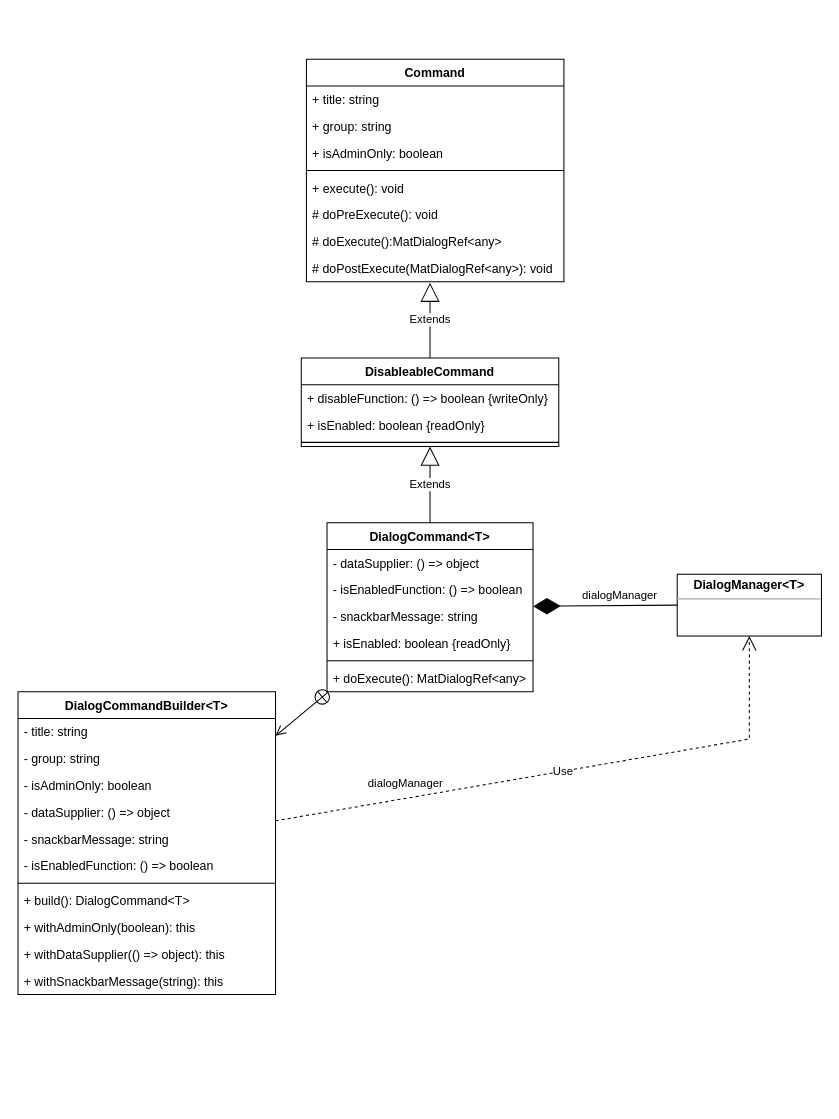
Earlier version of the draw.io diagram page "Command" (3 of 4) of design/MentorSuccess UI.drawio (aiontechnology/mentoring-ui). Source tidied: cells renumbered, new cells numbered last; positions are measured from the earlier drawing's top-left corner, leaving out a move shared by most shapes. Both pictures are drawn from the tidied source at 103%, with x=0, y=0 at pixel (18, 59).
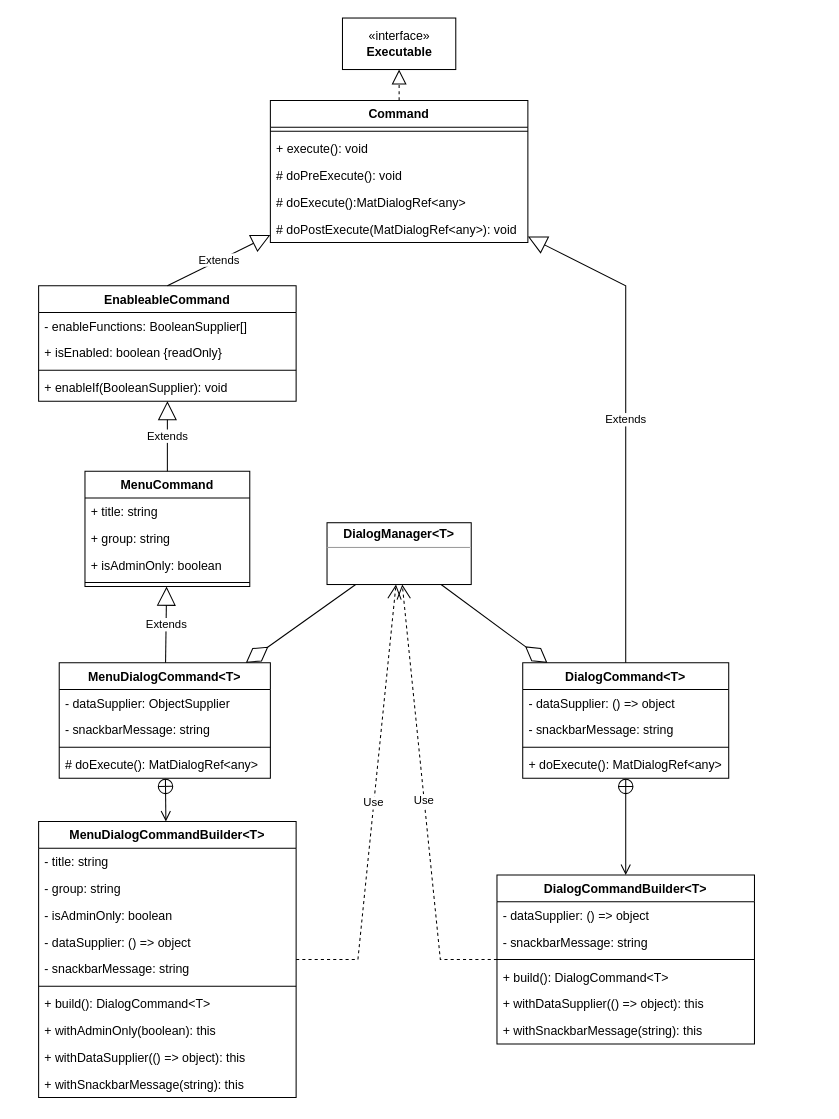
After the change.

Diff of the diagram source:
```diff
@@
     <mxCell id="2" value="Command" style="swimlane;fontStyle=1;align=center;verticalAlign=top;horizontal=1;startSize=26;" parent="1" vertex="1">
-      <mxGeometry x="280" width="250" height="216" as="geometry" />
+      <mxGeometry x="245" y="40" width="250" height="138" as="geometry" />
     </mxCell>
-    <mxCell id="3" value="+ title: string" style="text;strokeColor=none;fillColor=none;align=left;verticalAlign=top;spacingLeft=4;spacingRight=4;overflow=hidden;" parent="2" vertex="1">
-      <mxGeometry y="26" width="250" height="26" as="geometry" />
-    </mxCell>
-    <mxCell id="4" value="+ group: string" style="text;strokeColor=none;fillColor=none;align=left;verticalAlign=top;spacingLeft=4;spacingRight=4;overflow=hidden;" parent="2" vertex="1">
-      <mxGeometry y="52" width="250" height="26" as="geometry" />
-    </mxCell>
-    <mxCell id="5" value="+ isAdminOnly: boolean" style="text;strokeColor=none;fillColor=none;align=left;verticalAlign=top;spacingLeft=4;spacingRight=4;overflow=hidden;" parent="2" vertex="1">
-      <mxGeometry y="78" width="250" height="26" as="geometry" />
-    </mxCell>
     <mxCell id="6" style="line;strokeWidth=1;fillColor=none;align=left;verticalAlign=middle;spacingTop=-1;spacingLeft=3;spacingRight=3;labelPosition=right;strokeColor=inherit;" parent="2" vertex="1">
-      <mxGeometry y="104" width="250" height="8" as="geometry" />
+      <mxGeometry y="26" width="250" height="8" as="geometry" />
     </mxCell>
     <mxCell id="7" value="+ execute(): void" style="text;strokeColor=none;fillColor=none;align=left;verticalAlign=top;spacingLeft=4;spacingRight=4;overflow=hidden;" parent="2" vertex="1">
-      <mxGeometry y="112" width="250" height="26" as="geometry" />
+      <mxGeometry y="34" width="250" height="26" as="geometry" />
     </mxCell>
     <mxCell id="8" value="# doPreExecute(): void" style="text;strokeColor=none;fillColor=none;align=left;verticalAlign=top;spacingLeft=4;spacingRight=4;overflow=hidden;" parent="2" vertex="1">
-      <mxGeometry y="138" width="250" height="26" as="geometry" />
+      <mxGeometry y="60" width="250" height="26" as="geometry" />
     </mxCell>
     <mxCell id="9" value="# doExecute():MatDialogRef&lt;any&gt;" style="text;strokeColor=none;fillColor=none;align=left;verticalAlign=top;spacingLeft=4;spacingRight=4;overflow=hidden;" parent="2" vertex="1">
-      <mxGeometry y="164" width="250" height="26" as="geometry" />
+      <mxGeometry y="86" width="250" height="26" as="geometry" />
     </mxCell>
     <mxCell id="10" value="# doPostExecute(MatDialogRef&lt;any&gt;): void" style="text;strokeColor=none;fillColor=none;align=left;verticalAlign=top;spacingLeft=4;spacingRight=4;overflow=hidden;points=[[0,0.5],[1,0.5]];portConstraint=eastwest;" parent="2" vertex="1">
-      <mxGeometry y="190" width="250" height="26" as="geometry" />
+      <mxGeometry y="112" width="250" height="26" as="geometry" />
     </mxCell>
-    <mxCell id="11" value="DisableableCommand" style="swimlane;fontStyle=1;align=center;verticalAlign=top;horizontal=1;startSize=26;" parent="1" vertex="1">
-      <mxGeometry x="275" y="290" width="250" height="86" as="geometry" />
+    <mxCell id="11" value="EnableableCommand" style="swimlane;fontStyle=1;align=center;verticalAlign=top;horizontal=1;startSize=26;" parent="1" vertex="1">
+      <mxGeometry x="20" y="220" width="250" height="112" as="geometry" />
     </mxCell>
-    <mxCell id="12" value="+ disableFunction: () =&gt; boolean {writeOnly}" style="text;strokeColor=none;fillColor=none;align=left;verticalAlign=top;spacingLeft=4;spacingRight=4;overflow=hidden;" parent="11" vertex="1">
+    <mxCell id="12" value="- enableFunctions: BooleanSupplier[]" style="text;strokeColor=none;fillColor=none;align=left;verticalAlign=top;spacingLeft=4;spacingRight=4;overflow=hidden;" parent="11" vertex="1">
       <mxGeometry y="26" width="250" height="26" as="geometry" />
     </mxCell>
@@
+    <mxCell id="42" value="+ enableIf(BooleanSupplier): void" style="text;strokeColor=none;fillColor=none;align=left;verticalAlign=top;spacingLeft=4;spacingRight=4;overflow=hidden;" parent="11" vertex="1">
+      <mxGeometry y="86" width="250" height="26" as="geometry" />
+    </mxCell>
-    <mxCell id="15" value="Extends" style="endArrow=block;endSize=16;endFill=0;html=1;rounded=0;exitX=0.5;exitY=0;exitDx=0;exitDy=0;entryX=0.48;entryY=1.038;entryDx=0;entryDy=0;entryPerimeter=0;" parent="1" edge="1" source="11" target="10">
+    <mxCell id="15" value="Extends" style="endArrow=block;endSize=16;endFill=0;html=1;rounded=0;exitX=0.5;exitY=0;exitDx=0;exitDy=0;" parent="1" edge="1" source="11" target="2">
       <mxGeometry relative="1" as="geometry" />
     </mxCell>
     <mxCell id="16" value="DialogCommand&lt;T&gt;" style="swimlane;fontStyle=1;align=center;verticalAlign=top;horizontal=1;startSize=26;" parent="1" vertex="1">
-      <mxGeometry x="300" y="450" width="200" height="164" as="geometry" />
+      <mxGeometry x="490" y="586" width="200" height="112" as="geometry" />
     </mxCell>
@@
-    <mxCell id="18" value="- isEnabledFunction: () =&gt; boolean" style="text;strokeColor=none;fillColor=none;align=left;verticalAlign=top;spacingLeft=4;spacingRight=4;overflow=hidden;" parent="16" vertex="1">
-      <mxGeometry y="52" width="200" height="26" as="geometry" />
-    </mxCell>
     <mxCell id="19" value="- snackbarMessage: string" style="text;strokeColor=none;fillColor=none;align=left;verticalAlign=top;spacingLeft=4;spacingRight=4;overflow=hidden;" parent="16" vertex="1">
-      <mxGeometry y="78" width="200" height="26" as="geometry" />
+      <mxGeometry y="52" width="200" height="26" as="geometry" />
     </mxCell>
-    <mxCell id="20" value="+ isEnabled: boolean {readOnly}" style="text;strokeColor=none;fillColor=none;align=left;verticalAlign=top;spacingLeft=4;spacingRight=4;overflow=hidden;" parent="16" vertex="1">
-      <mxGeometry y="104" width="200" height="26" as="geometry" />
-    </mxCell>
     <mxCell id="21" style="line;strokeWidth=1;fillColor=none;align=left;verticalAlign=middle;spacingTop=-1;spacingLeft=3;spacingRight=3;labelPosition=right;strokeColor=inherit;" parent="16" vertex="1">
-      <mxGeometry y="130" width="200" height="8" as="geometry" />
+      <mxGeometry y="78" width="200" height="8" as="geometry" />
     </mxCell>
     <mxCell id="22" value="+ doExecute(): MatDialogRef&lt;any&gt;" style="text;strokeColor=none;fillColor=none;align=left;verticalAlign=top;spacingLeft=4;spacingRight=4;overflow=hidden;" parent="16" vertex="1">
-      <mxGeometry y="138" width="200" height="26" as="geometry" />
+      <mxGeometry y="86" width="200" height="26" as="geometry" />
     </mxCell>
-    <mxCell id="23" value="Extends" style="endArrow=block;endSize=16;endFill=0;html=1;rounded=0;exitX=0.5;exitY=0;exitDx=0;exitDy=0;entryX=0.5;entryY=1;entryDx=0;entryDy=0;" parent="1" edge="1" source="16" target="11">
-      <mxGeometry relative="1" as="geometry" />
+    <mxCell id="23" value="Extends" style="endArrow=block;endSize=16;endFill=0;html=1;rounded=0;exitX=0.5;exitY=0;exitDx=0;exitDy=0;" parent="1" edge="1" source="16" target="2">
+      <mxGeometry relative="1" as="geometry">
+        <Array as="points">
+          <mxPoint x="590" y="220" />
+        </Array>
+      </mxGeometry>
     </mxCell>
     <mxCell id="24" value="&lt;p style=&quot;margin:0px;margin-top:4px;text-align:center;&quot;&gt;&lt;b&gt;DialogManager&amp;lt;T&amp;gt;&lt;/b&gt;&lt;/p&gt;&lt;hr size=&quot;1&quot;&gt;&lt;div style=&quot;height:2px;&quot;&gt;&lt;/div&gt;" style="verticalAlign=top;align=left;overflow=fill;fontSize=12;fontFamily=Helvetica;html=1;" parent="1" vertex="1">
-      <mxGeometry x="640" y="500" width="140" height="60" as="geometry" />
+      <mxGeometry x="300" y="450" width="140" height="60" as="geometry" />
     </mxCell>
-    <mxCell id="25" style="endArrow=diamondThin;endFill=1;endSize=24;html=1;rounded=0;exitX=0;exitY=0.5;exitDx=0;exitDy=0;" parent="1" edge="1" source="24" target="16">
-      <mxGeometry relative="1" as="geometry" />
-    </mxCell>
-    <mxCell id="26" value="dialogManager" style="edgeLabel;html=1;align=center;verticalAlign=middle;" parent="25" vertex="1">
-      <mxGeometry x="-0.2" y="-1" relative="1" as="geometry">
-        <mxPoint y="-9" as="offset" />
-      </mxGeometry>
-    </mxCell>
     <mxCell id="27" value="DialogCommandBuilder&lt;T&gt;" style="swimlane;fontStyle=1;align=center;verticalAlign=top;horizontal=1;startSize=26;" parent="1" vertex="1">
-      <mxGeometry y="614" width="250" height="294" as="geometry" />
+      <mxGeometry x="465" y="792" width="250" height="164" as="geometry" />
     </mxCell>
-    <mxCell id="28" value="- title: string" style="text;strokeColor=none;fillColor=none;align=left;verticalAlign=top;spacingLeft=4;spacingRight=4;overflow=hidden;" parent="27" vertex="1">
-      <mxGeometry y="26" width="250" height="26" as="geometry" />
-    </mxCell>
-    <mxCell id="29" value="- group: string" style="text;strokeColor=none;fillColor=none;align=left;verticalAlign=top;spacingLeft=4;spacingRight=4;overflow=hidden;" parent="27" vertex="1">
-      <mxGeometry y="52" width="250" height="26" as="geometry" />
-    </mxCell>
-    <mxCell id="30" value="- isAdminOnly: boolean" style="text;strokeColor=none;fillColor=none;align=left;verticalAlign=top;spacingLeft=4;spacingRight=4;overflow=hidden;" parent="27" vertex="1">
-      <mxGeometry y="78" width="250" height="26" as="geometry" />
-    </mxCell>
     <mxCell id="31" value="- dataSupplier: () =&gt; object" style="text;strokeColor=none;fillColor=none;align=left;verticalAlign=top;spacingLeft=4;spacingRight=4;overflow=hidden;" parent="27" vertex="1">
-      <mxGeometry y="104" width="250" height="26" as="geometry" />
+      <mxGeometry y="26" width="250" height="26" as="geometry" />
     </mxCell>
     <mxCell id="32" value="- snackbarMessage: string" style="text;strokeColor=none;fillColor=none;align=left;verticalAlign=top;spacingLeft=4;spacingRight=4;overflow=hidden;" parent="27" vertex="1">
-      <mxGeometry y="130" width="250" height="26" as="geometry" />
+      <mxGeometry y="52" width="250" height="26" as="geometry" />
     </mxCell>
-    <mxCell id="33" value="- isEnabledFunction: () =&gt; boolean" style="text;strokeColor=none;fillColor=none;align=left;verticalAlign=top;spacingLeft=4;spacingRight=4;overflow=hidden;" parent="27" vertex="1">
-      <mxGeometry y="156" width="250" height="26" as="geometry" />
-    </mxCell>
     <mxCell id="34" style="line;strokeWidth=1;fillColor=none;align=left;verticalAlign=middle;spacingTop=-1;spacingLeft=3;spacingRight=3;labelPosition=right;strokeColor=inherit;" parent="27" vertex="1">
-      <mxGeometry y="182" width="250" height="8" as="geometry" />
+      <mxGeometry y="78" width="250" height="8" as="geometry" />
     </mxCell>
     <mxCell id="35" value="+ build(): DialogCommand&lt;T&gt;" style="text;strokeColor=none;fillColor=none;align=left;verticalAlign=top;spacingLeft=4;spacingRight=4;overflow=hidden;" parent="27" vertex="1">
-      <mxGeometry y="190" width="250" height="26" as="geometry" />
+      <mxGeometry y="86" width="250" height="26" as="geometry" />
     </mxCell>
-    <mxCell id="36" value="+ withAdminOnly(boolean): this " style="text;strokeColor=none;fillColor=none;align=left;verticalAlign=top;spacingLeft=4;spacingRight=4;overflow=hidden;" parent="27" vertex="1">
-      <mxGeometry y="216" width="250" height="26" as="geometry" />
-    </mxCell>
     <mxCell id="37" value="+ withDataSupplier(() =&gt; object): this" style="text;strokeColor=none;fillColor=none;align=left;verticalAlign=top;spacingLeft=4;spacingRight=4;overflow=hidden;" parent="27" vertex="1">
-      <mxGeometry y="242" width="250" height="26" as="geometry" />
+      <mxGeometry y="112" width="250" height="26" as="geometry" />
     </mxCell>
     <mxCell id="38" value="+ withSnackbarMessage(string): this" style="text;strokeColor=none;fillColor=none;align=left;verticalAlign=top;spacingLeft=4;spacingRight=4;overflow=hidden;" parent="27" vertex="1">
-      <mxGeometry y="268" width="250" height="26" as="geometry" />
+      <mxGeometry y="138" width="250" height="26" as="geometry" />
     </mxCell>
@@
     <mxCell id="40" value="Use" style="endArrow=open;endSize=12;dashed=1;html=1;rounded=0;" parent="1" edge="1" source="27" target="24">
       <mxGeometry relative="1" as="geometry">
         <Array as="points">
-          <mxPoint x="710" y="660" />
+          <mxPoint x="410" y="874" />
         </Array>
       </mxGeometry>
     </mxCell>
-    <mxCell id="41" value="dialogManager" style="edgeLabel;html=1;align=center;verticalAlign=middle;" parent="40" vertex="1">
-      <mxGeometry x="-0.44" y="-2" relative="1" as="geometry">
-        <mxPoint x="-32" y="-12" as="offset" />
-      </mxGeometry>
-    </mxCell>
+    <mxCell id="43" value="MenuCommand" style="swimlane;fontStyle=1;align=center;verticalAlign=top;horizontal=1;startSize=26;" parent="1" vertex="1">
+      <mxGeometry x="65" y="400" width="160" height="112" as="geometry" />
+    </mxCell>
+    <mxCell id="3" value="+ title: string" style="text;strokeColor=none;fillColor=none;align=left;verticalAlign=top;spacingLeft=4;spacingRight=4;overflow=hidden;" parent="43" vertex="1">
+      <mxGeometry y="26" width="160" height="26" as="geometry" />
+    </mxCell>
+    <mxCell id="4" value="+ group: string" style="text;strokeColor=none;fillColor=none;align=left;verticalAlign=top;spacingLeft=4;spacingRight=4;overflow=hidden;" parent="43" vertex="1">
+      <mxGeometry y="52" width="160" height="26" as="geometry" />
+    </mxCell>
+    <mxCell id="5" value="+ isAdminOnly: boolean" style="text;strokeColor=none;fillColor=none;align=left;verticalAlign=top;spacingLeft=4;spacingRight=4;overflow=hidden;" parent="43" vertex="1">
+      <mxGeometry y="78" width="160" height="26" as="geometry" />
+    </mxCell>
+    <mxCell id="44" style="line;strokeWidth=1;fillColor=none;align=left;verticalAlign=middle;spacingTop=-1;spacingLeft=3;spacingRight=3;labelPosition=right;strokeColor=inherit;" parent="43" vertex="1">
+      <mxGeometry y="104" width="160" height="8" as="geometry" />
+    </mxCell>
+    <mxCell id="45" value="Extends" style="endArrow=block;endSize=16;endFill=0;html=1;rounded=0;exitX=0.5;exitY=0;exitDx=0;exitDy=0;" parent="1" edge="1" source="43" target="11">
+      <mxGeometry relative="1" as="geometry" />
+    </mxCell>
+    <mxCell id="46" value="MenuDialogCommand&lt;T&gt;" style="swimlane;fontStyle=1;align=center;verticalAlign=top;horizontal=1;startSize=26;" parent="1" vertex="1">
+      <mxGeometry x="40" y="586" width="205" height="112" as="geometry" />
+    </mxCell>
+    <mxCell id="47" value="- dataSupplier: ObjectSupplier" style="text;strokeColor=none;fillColor=none;align=left;verticalAlign=top;spacingLeft=4;spacingRight=4;overflow=hidden;" parent="46" vertex="1">
+      <mxGeometry y="26" width="205" height="26" as="geometry" />
+    </mxCell>
+    <mxCell id="48" value="- snackbarMessage: string" style="text;strokeColor=none;fillColor=none;align=left;verticalAlign=top;spacingLeft=4;spacingRight=4;overflow=hidden;" parent="46" vertex="1">
+      <mxGeometry y="52" width="205" height="26" as="geometry" />
+    </mxCell>
+    <mxCell id="49" style="line;strokeWidth=1;fillColor=none;align=left;verticalAlign=middle;spacingTop=-1;spacingLeft=3;spacingRight=3;labelPosition=right;strokeColor=inherit;" parent="46" vertex="1">
+      <mxGeometry y="78" width="205" height="8" as="geometry" />
+    </mxCell>
+    <mxCell id="50" value="# doExecute(): MatDialogRef&lt;any&gt;" style="text;strokeColor=none;fillColor=none;align=left;verticalAlign=top;spacingLeft=4;spacingRight=4;overflow=hidden;" parent="46" vertex="1">
+      <mxGeometry y="86" width="205" height="26" as="geometry" />
+    </mxCell>
+    <mxCell id="51" style="endArrow=diamondThin;endFill=0;endSize=24;html=1;rounded=0;" parent="1" edge="1" source="24" target="46">
+      <mxGeometry relative="1" as="geometry" />
+    </mxCell>
+    <mxCell id="25" style="endArrow=diamondThin;endFill=0;endSize=24;html=1;rounded=0;" parent="1" edge="1" source="24" target="16">
+      <mxGeometry relative="1" as="geometry" />
+    </mxCell>
+    <mxCell id="52" value="Extends" style="endArrow=block;endSize=16;endFill=0;html=1;rounded=0;" parent="1" edge="1" source="46" target="43">
+      <mxGeometry relative="1" as="geometry" />
+    </mxCell>
+    <mxCell id="53" style="endArrow=open;startArrow=circlePlus;endFill=0;startFill=0;endSize=8;html=1;rounded=0;" parent="1" edge="1" source="46" target="54">
+      <mxGeometry relative="1" as="geometry" />
+    </mxCell>
+    <mxCell id="54" value="MenuDialogCommandBuilder&lt;T&gt;" style="swimlane;fontStyle=1;align=center;verticalAlign=top;horizontal=1;startSize=26;" parent="1" vertex="1">
+      <mxGeometry x="20" y="740" width="250" height="268" as="geometry" />
+    </mxCell>
+    <mxCell id="28" value="- title: string" style="text;strokeColor=none;fillColor=none;align=left;verticalAlign=top;spacingLeft=4;spacingRight=4;overflow=hidden;" parent="54" vertex="1">
+      <mxGeometry y="26" width="250" height="26" as="geometry" />
+    </mxCell>
+    <mxCell id="29" value="- group: string" style="text;strokeColor=none;fillColor=none;align=left;verticalAlign=top;spacingLeft=4;spacingRight=4;overflow=hidden;" parent="54" vertex="1">
+      <mxGeometry y="52" width="250" height="26" as="geometry" />
+    </mxCell>
+    <mxCell id="30" value="- isAdminOnly: boolean" style="text;strokeColor=none;fillColor=none;align=left;verticalAlign=top;spacingLeft=4;spacingRight=4;overflow=hidden;" parent="54" vertex="1">
+      <mxGeometry y="78" width="250" height="26" as="geometry" />
+    </mxCell>
+    <mxCell id="55" value="- dataSupplier: () =&gt; object" style="text;strokeColor=none;fillColor=none;align=left;verticalAlign=top;spacingLeft=4;spacingRight=4;overflow=hidden;" parent="54" vertex="1">
+      <mxGeometry y="104" width="250" height="26" as="geometry" />
+    </mxCell>
+    <mxCell id="56" value="- snackbarMessage: string" style="text;strokeColor=none;fillColor=none;align=left;verticalAlign=top;spacingLeft=4;spacingRight=4;overflow=hidden;" parent="54" vertex="1">
+      <mxGeometry y="130" width="250" height="26" as="geometry" />
+    </mxCell>
+    <mxCell id="57" style="line;strokeWidth=1;fillColor=none;align=left;verticalAlign=middle;spacingTop=-1;spacingLeft=3;spacingRight=3;labelPosition=right;strokeColor=inherit;" parent="54" vertex="1">
+      <mxGeometry y="156" width="250" height="8" as="geometry" />
+    </mxCell>
+    <mxCell id="58" value="+ build(): DialogCommand&lt;T&gt;" style="text;strokeColor=none;fillColor=none;align=left;verticalAlign=top;spacingLeft=4;spacingRight=4;overflow=hidden;" parent="54" vertex="1">
+      <mxGeometry y="164" width="250" height="26" as="geometry" />
+    </mxCell>
+    <mxCell id="36" value="+ withAdminOnly(boolean): this " style="text;strokeColor=none;fillColor=none;align=left;verticalAlign=top;spacingLeft=4;spacingRight=4;overflow=hidden;" parent="54" vertex="1">
+      <mxGeometry y="190" width="250" height="26" as="geometry" />
+    </mxCell>
+    <mxCell id="59" value="+ withDataSupplier(() =&gt; object): this" style="text;strokeColor=none;fillColor=none;align=left;verticalAlign=top;spacingLeft=4;spacingRight=4;overflow=hidden;" parent="54" vertex="1">
+      <mxGeometry y="216" width="250" height="26" as="geometry" />
+    </mxCell>
+    <mxCell id="60" value="+ withSnackbarMessage(string): this" style="text;strokeColor=none;fillColor=none;align=left;verticalAlign=top;spacingLeft=4;spacingRight=4;overflow=hidden;" parent="54" vertex="1">
+      <mxGeometry y="242" width="250" height="26" as="geometry" />
+    </mxCell>
+    <mxCell id="61" value="Use" style="endArrow=open;endSize=12;dashed=1;html=1;rounded=0;" parent="1" edge="1" source="54" target="24">
+      <mxGeometry relative="1" as="geometry">
+        <Array as="points">
+          <mxPoint x="330" y="874" />
+        </Array>
+      </mxGeometry>
+    </mxCell>
+    <mxCell id="62" value="«interface»&lt;br&gt;&lt;b&gt;Executable&lt;/b&gt;" style="html=1;" parent="1" vertex="1">
+      <mxGeometry x="315" y="-40" width="110" height="50" as="geometry" />
+    </mxCell>
+    <mxCell id="63" style="endArrow=block;dashed=1;endFill=0;endSize=12;html=1;rounded=0;" parent="1" edge="1" source="2" target="62">
+      <mxGeometry relative="1" as="geometry" />
+    </mxCell>
```
